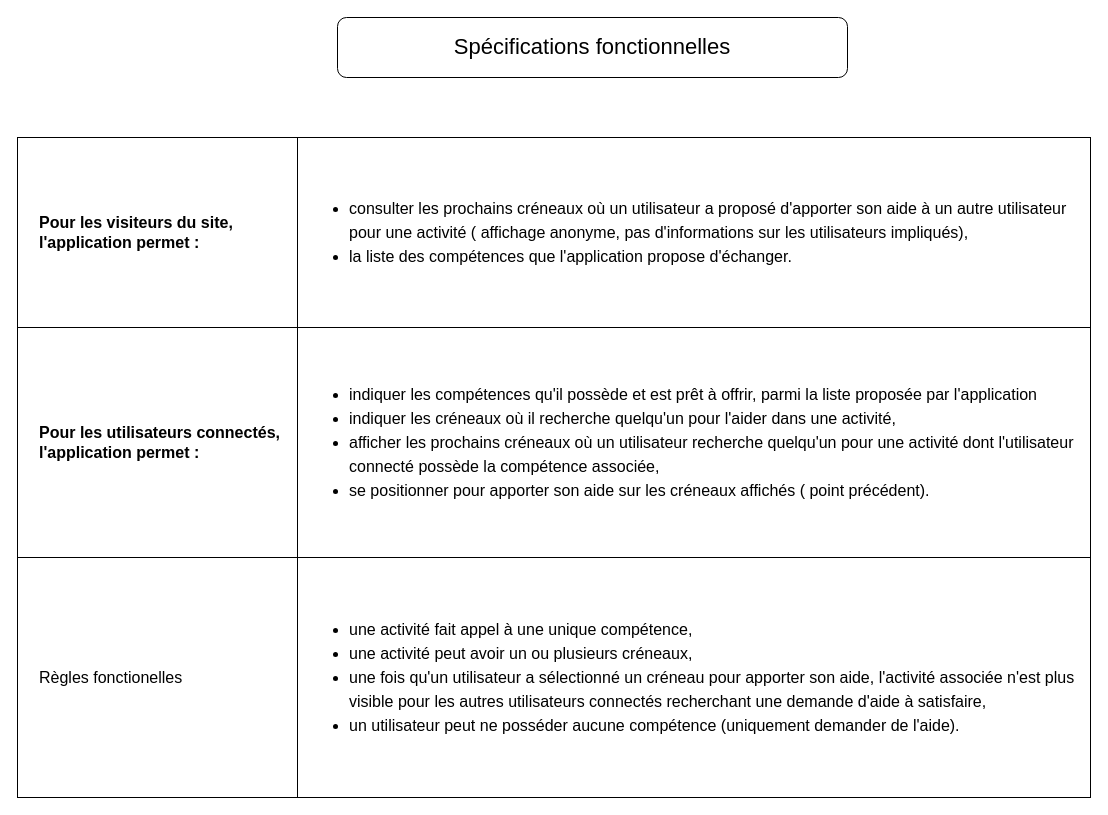
Earlier version of the draw.io diagram page "Spécifications fonctionnelles" (4 of 4) of doc/UMLSkillsExchange.drawio (alfaro-b/Eval_Web_Python). Source tidied: cells renumbered, new cells numbered last; positions are measured from the earlier drawing's top-left corner, leaving out a move shared by most shapes. Both pictures are drawn from the tidied source at 100%, with x=0, y=0 at pixel (17, 17).
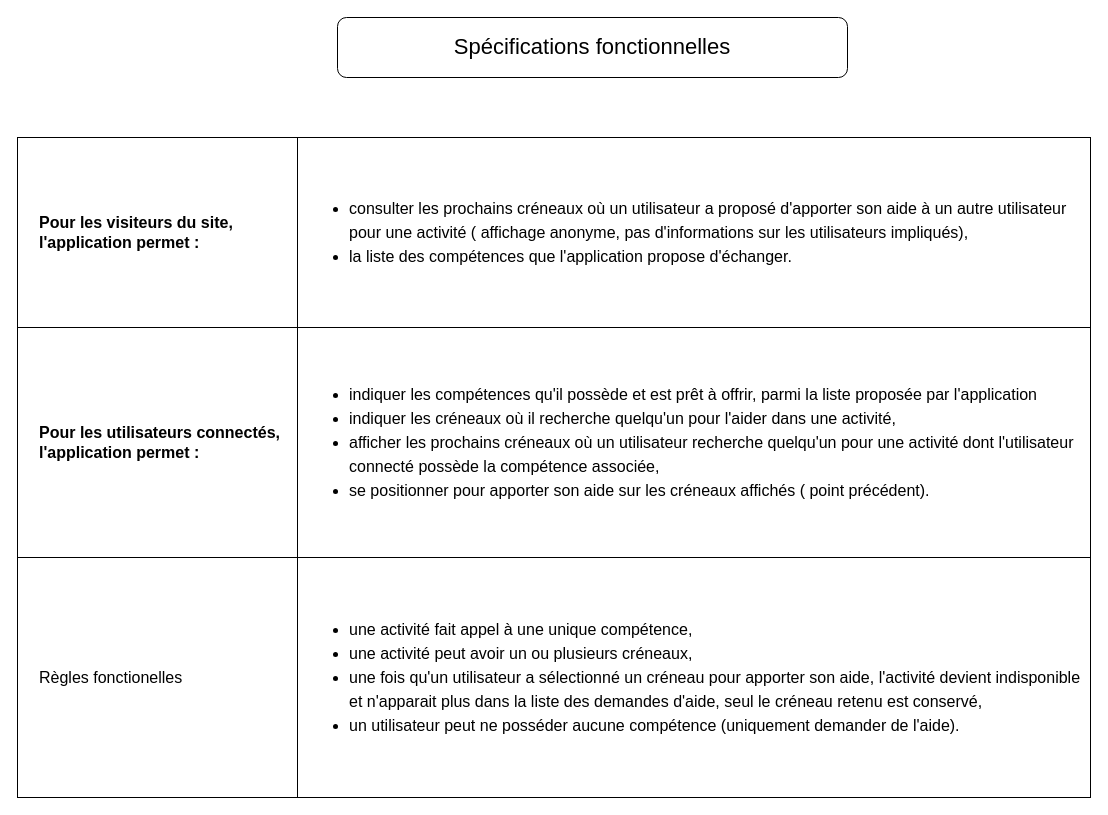
The same page after the edit.

The edit, as a diff of the source:
```diff
@@
 <mxGraphModel>
   <root>
     <mxCell id="0" />
     <mxCell id="1" parent="0" />
     <mxCell id="2" style="childLayout=tableLayout;shadow=0;fillColor=none;fontSize=16;" parent="1" vertex="1">
       <mxGeometry y="120" width="1073" height="660" as="geometry" />
     </mxCell>
     <mxCell id="3" style="shape=tableRow;horizontal=0;startSize=0;swimlaneHead=0;swimlaneBody=0;top=0;left=0;bottom=0;right=0;fontStyle=0;fillColor=none;strokeColor=inherit;fontSize=16;" parent="2" vertex="1">
       <mxGeometry width="1073" height="190" as="geometry" />
     </mxCell>
     <mxCell id="4" value="Pour les visiteurs du site,&amp;nbsp;&lt;div&gt;l'application permet :&amp;nbsp;&lt;/div&gt;" style="strokeColor=inherit;fillColor=none;align=left;whiteSpace=wrap;html=1;fontSize=16;fontStyle=1;spacingLeft=20;" parent="3" vertex="1">
       <mxGeometry width="280" height="190" as="geometry" />
     </mxCell>
     <mxCell id="5" value="&lt;div style=&quot;line-height: 150%;&quot;&gt;&lt;ul&gt;&lt;li&gt;&lt;span style=&quot;background-color: transparent; color: light-dark(rgb(0, 0, 0), rgb(255, 255, 255));&quot;&gt;consulter les prochains créneaux où un utilisateur a proposé d'apporter son aide à un autre utilisateur pour une activité ( affichage anonyme, pas d'informations sur les utilisateurs impliqués),&amp;nbsp;&lt;/span&gt;&lt;/li&gt;&lt;li&gt;&lt;span style=&quot;background-color: transparent; color: light-dark(rgb(0, 0, 0), rgb(255, 255, 255));&quot;&gt;la liste des compétences que l'application propose d'échanger.&lt;/span&gt;&lt;/li&gt;&lt;/ul&gt;&lt;/div&gt;" style="strokeColor=inherit;fillColor=none;align=left;whiteSpace=wrap;html=1;spacingLeft=10;fontSize=16;" parent="3" vertex="1">
       <mxGeometry x="280" width="793" height="190" as="geometry" />
     </mxCell>
     <mxCell id="6" style="shape=tableRow;horizontal=0;startSize=0;swimlaneHead=0;swimlaneBody=0;top=0;left=0;bottom=0;right=0;fontStyle=0;fillColor=none;strokeColor=inherit;fontSize=16;" parent="2" vertex="1">
       <mxGeometry y="190" width="1073" height="230" as="geometry" />
     </mxCell>
     <mxCell id="7" value="Pour les utilisateurs connectés&lt;span style=&quot;background-color: transparent; color: light-dark(#000000, var(--ge-light-color, #ffffff));&quot;&gt;,&amp;nbsp;&lt;/span&gt;&lt;div&gt;&lt;div&gt;l'application permet :&amp;nbsp;&lt;/div&gt;&lt;/div&gt;" style="strokeColor=inherit;fillColor=none;align=left;whiteSpace=wrap;html=1;fontSize=16;fontStyle=1;spacingLeft=20;" parent="6" vertex="1">
       <mxGeometry width="280" height="230" as="geometry" />
     </mxCell>
     <mxCell id="8" value="&lt;div style=&quot;line-height: 150%;&quot;&gt;&lt;ul&gt;&lt;li&gt;&lt;span style=&quot;background-color: transparent; color: light-dark(rgb(0, 0, 0), rgb(255, 255, 255));&quot;&gt;indiquer les compétences qu'il possède et est prêt à offrir, parmi la liste proposée par l'application&amp;nbsp;&lt;/span&gt;&lt;/li&gt;&lt;li&gt;&lt;span style=&quot;background-color: transparent; color: light-dark(rgb(0, 0, 0), rgb(255, 255, 255));&quot;&gt;indiquer les créneaux où il recherche quelqu'un pour l'aider dans une activité,&lt;/span&gt;&lt;/li&gt;&lt;li&gt;&lt;span style=&quot;background-color: transparent; color: light-dark(rgb(0, 0, 0), rgb(255, 255, 255));&quot;&gt;afficher les prochains créneaux où un utilisateur recherche quelqu'un pour une activité dont l'utilisateur connecté possède la compétence associée,&lt;/span&gt;&lt;/li&gt;&lt;li&gt;se positionner pour apporter son aide sur les créneaux affichés ( point précédent).&lt;/li&gt;&lt;/ul&gt;&lt;/div&gt;" style="strokeColor=inherit;fillColor=none;align=left;whiteSpace=wrap;html=1;spacingLeft=10;fontSize=16;" parent="6" vertex="1">
       <mxGeometry x="280" width="793" height="230" as="geometry" />
     </mxCell>
     <mxCell id="9" style="shape=tableRow;horizontal=0;startSize=0;swimlaneHead=0;swimlaneBody=0;top=0;left=0;bottom=0;right=0;fontStyle=0;fillColor=none;strokeColor=inherit;fontSize=16;" parent="2" vertex="1">
       <mxGeometry y="420" width="1073" height="240" as="geometry" />
     </mxCell>
     <mxCell id="10" value="Règles fonctionelles" style="strokeColor=inherit;fillColor=none;align=left;whiteSpace=wrap;html=1;fontSize=16;spacingLeft=20;" parent="9" vertex="1">
       <mxGeometry width="280" height="240" as="geometry" />
     </mxCell>
-    <mxCell id="11" value="&lt;div style=&quot;line-height: 150%;&quot;&gt;&lt;ul&gt;&lt;li&gt;&lt;span style=&quot;background-color: transparent; color: light-dark(rgb(0, 0, 0), rgb(255, 255, 255));&quot;&gt;une activité fait appel à une unique compétence,&amp;nbsp;&lt;/span&gt;&lt;/li&gt;&lt;li&gt;&lt;span style=&quot;background-color: transparent; color: light-dark(rgb(0, 0, 0), rgb(255, 255, 255));&quot;&gt;une activité peut avoir un ou plusieurs créneaux,&lt;/span&gt;&lt;/li&gt;&lt;li&gt;une fois qu'un utilisateur a sélectionné un créneau pour apporter son aide, l'activité associée n'est plus visible pour les autres utilisateurs connectés recherchant une demande d'aide à satisfaire,&lt;/li&gt;&lt;li&gt;un utilisateur peut ne posséder aucune compétence (uniquement demander de l'aide).&lt;/li&gt;&lt;/ul&gt;&lt;/div&gt;" style="strokeColor=inherit;fillColor=none;align=left;whiteSpace=wrap;html=1;spacingLeft=10;fontSize=16;spacingRight=2;" parent="9" vertex="1">
+    <mxCell id="11" value="&lt;div style=&quot;line-height: 150%;&quot;&gt;&lt;ul&gt;&lt;li&gt;&lt;span style=&quot;background-color: transparent; color: light-dark(rgb(0, 0, 0), rgb(255, 255, 255));&quot;&gt;une activité fait appel à une unique compétence,&amp;nbsp;&lt;/span&gt;&lt;/li&gt;&lt;li&gt;&lt;span style=&quot;background-color: transparent; color: light-dark(rgb(0, 0, 0), rgb(255, 255, 255));&quot;&gt;une activité peut avoir un ou plusieurs créneaux,&lt;/span&gt;&lt;/li&gt;&lt;li&gt;une fois qu'un utilisateur a sélectionné un créneau pour apporter son aide, l'activité devient indisponible et n'apparait plus dans la liste des demandes d'aide, seul le créneau retenu est conservé,&lt;/li&gt;&lt;li&gt;un utilisateur peut ne posséder aucune compétence (uniquement demander de l'aide).&lt;/li&gt;&lt;/ul&gt;&lt;/div&gt;" style="strokeColor=inherit;fillColor=none;align=left;whiteSpace=wrap;html=1;spacingLeft=10;fontSize=16;spacingRight=2;" parent="9" vertex="1">
       <mxGeometry x="280" width="793" height="240" as="geometry" />
     </mxCell>
     <mxCell id="12" style="rounded=1;whiteSpace=wrap;html=1;" parent="1" vertex="1">
       <mxGeometry x="320" width="510" height="60" as="geometry" />
     </mxCell>
     <mxCell id="13" value="&lt;font style=&quot;font-size: 22px;&quot;&gt;Spécifications fonctionnelles&lt;/font&gt;" style="text;html=1;whiteSpace=wrap;strokeColor=none;fillColor=none;align=center;verticalAlign=middle;rounded=0;" parent="1" vertex="1">
       <mxGeometry x="410" y="15" width="330" height="30" as="geometry" />
     </mxCell>
   </root>
 </mxGraphModel>
```
